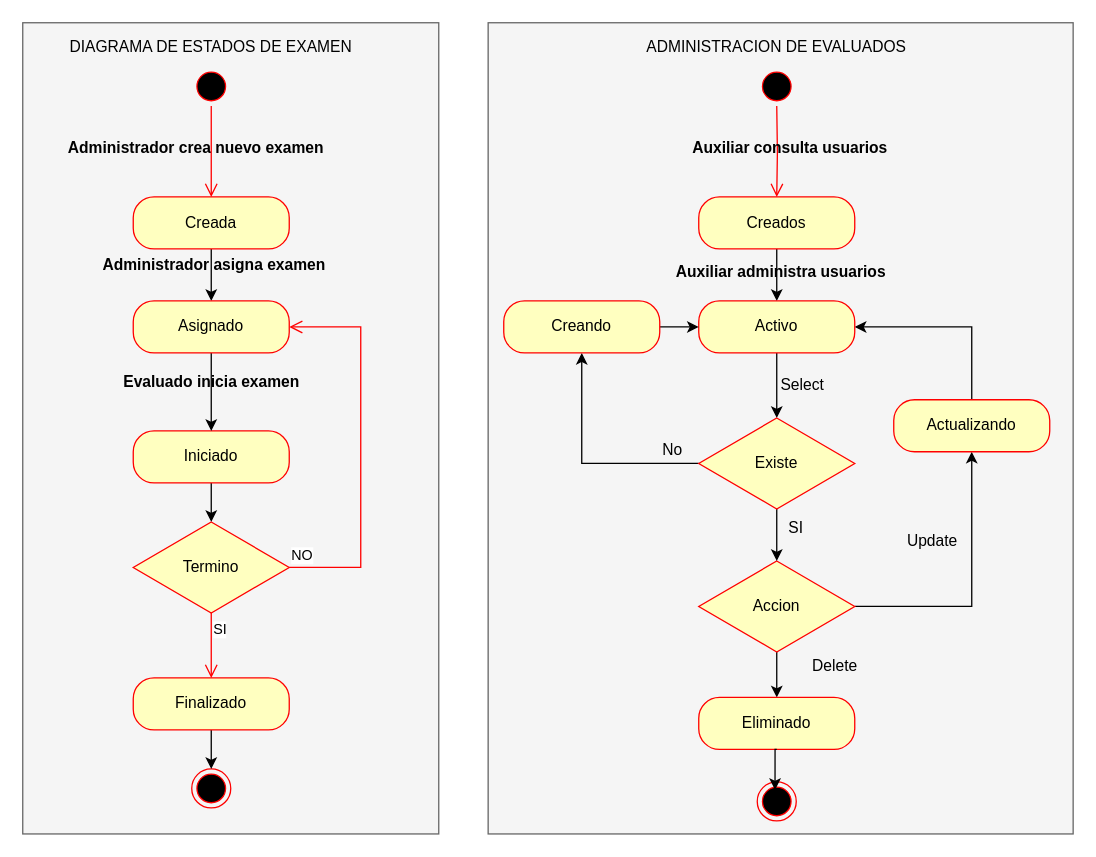
ItsFernan17/Laboratorio-Evaluaciones keeps this draw.io diagram as Documentación/Diagrama de estados.drawio. Above is the earlier version. Source tidied: cells renumbered, new cells numbered last; positions are measured from the earlier drawing's top-left corner, leaving out a move shared by most shapes. Both pictures are drawn from the tidied source at 130%, with x=0, y=0 at pixel (22, 22).
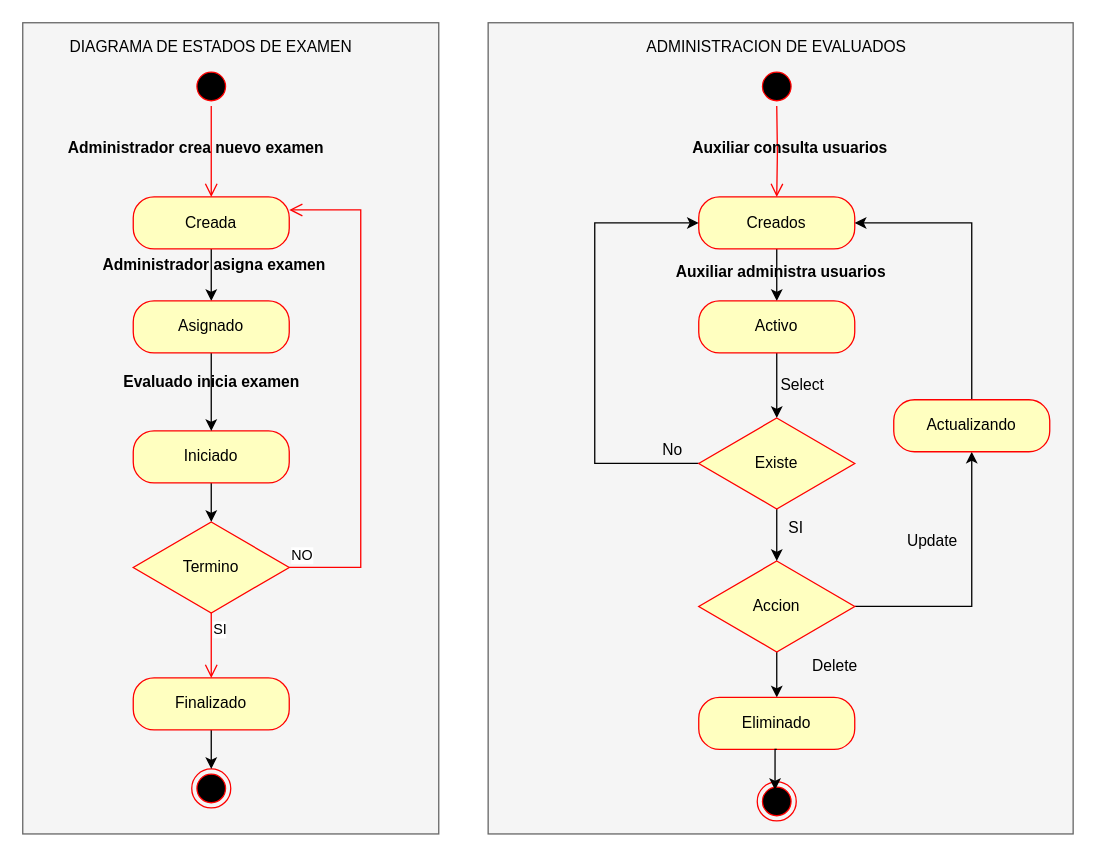
The same page after the edit.

Unchanged cells that the change refers to:
```xml
<mxCell id="7" value="Creada" style="rounded=1;whiteSpace=wrap;html=1;arcSize=40;fontColor=#000000;fillColor=#ffffc0;strokeColor=#ff0000;" parent="1" vertex="1">
  <mxGeometry x="85" y="134" width="120" height="40" as="geometry" />
</mxCell>
<mxCell id="16" value="Asignado" style="rounded=1;whiteSpace=wrap;html=1;arcSize=40;fontColor=#000000;fillColor=#ffffc0;strokeColor=#ff0000;" parent="1" vertex="1">
  <mxGeometry x="85" y="214" width="120" height="40" as="geometry" />
</mxCell>
<mxCell id="19" value="Termino" style="rhombus;whiteSpace=wrap;html=1;fontColor=#000000;fillColor=#ffffc0;strokeColor=#ff0000;" parent="1" vertex="1">
  <mxGeometry x="85" y="384" width="120" height="70" as="geometry" />
</mxCell>
<mxCell id="24" value="Creados" style="rounded=1;whiteSpace=wrap;html=1;arcSize=40;fontColor=#000000;fillColor=#ffffc0;strokeColor=#ff0000;" parent="1" vertex="1">
  <mxGeometry x="520" y="134" width="120" height="40" as="geometry" />
</mxCell>
<mxCell id="32" value="Actualizando" style="rounded=1;whiteSpace=wrap;html=1;arcSize=40;fontColor=#000000;fillColor=#ffffc0;strokeColor=#ff0000;" parent="1" vertex="1">
  <mxGeometry x="670" y="290" width="120" height="40" as="geometry" />
</mxCell>
<mxCell id="34" value="Activo" style="rounded=1;whiteSpace=wrap;html=1;arcSize=40;fontColor=#000000;fillColor=#ffffc0;strokeColor=#ff0000;" parent="1" vertex="1">
  <mxGeometry x="520" y="214" width="120" height="40" as="geometry" />
</mxCell>
<mxCell id="42" value="Existe" style="rhombus;whiteSpace=wrap;html=1;fontColor=#000000;fillColor=#ffffc0;strokeColor=#ff0000;" parent="1" vertex="1">
  <mxGeometry x="520" y="304" width="120" height="70" as="geometry" />
</mxCell>
```

What changed in the source:
```diff
@@
-    <mxCell id="20" value="NO" style="edgeStyle=orthogonalEdgeStyle;html=1;align=left;verticalAlign=bottom;endArrow=open;endSize=8;strokeColor=#ff0000;rounded=0;exitX=1;exitY=0.5;exitDx=0;exitDy=0;entryX=1;entryY=0.5;entryDx=0;entryDy=0;" parent="1" edge="1" source="19" target="16">
+    <mxCell id="20" value="NO" style="edgeStyle=orthogonalEdgeStyle;html=1;align=left;verticalAlign=bottom;endArrow=open;endSize=8;strokeColor=#ff0000;rounded=0;exitX=1;exitY=0.5;exitDx=0;exitDy=0;entryX=1;entryY=0.25;entryDx=0;entryDy=0;" parent="1" edge="1" source="19" target="7">
       <mxGeometry x="-1" relative="1" as="geometry">
         <Array as="points">
           <mxPoint x="260" y="419" />
-          <mxPoint x="260" y="234" />
+          <mxPoint x="260" y="144" />
         </Array>
       </mxGeometry>
     </mxCell>
@@
-    <mxCell id="31" style="edgeStyle=orthogonalEdgeStyle;rounded=0;jettySize=auto;html=1;exitX=0.5;exitY=0;exitDx=0;exitDy=0;entryX=1;entryY=0.5;entryDx=0;entryDy=0;" parent="1" edge="1" source="32" target="34">
+    <mxCell id="31" style="edgeStyle=orthogonalEdgeStyle;rounded=0;jettySize=auto;html=1;exitX=0.5;exitY=0;exitDx=0;exitDy=0;entryX=1;entryY=0.5;entryDx=0;entryDy=0;" parent="1" edge="1" source="32" target="24">
       <mxGeometry relative="1" as="geometry" />
     </mxCell>
@@
-    <mxCell id="37" style="edgeStyle=orthogonalEdgeStyle;rounded=0;jettySize=auto;html=1;entryX=0.5;entryY=1;entryDx=0;entryDy=0;exitX=0;exitY=0.5;exitDx=0;exitDy=0;" parent="1" edge="1" source="42" target="39">
-      <mxGeometry relative="1" as="geometry" />
+    <mxCell id="37" style="edgeStyle=orthogonalEdgeStyle;rounded=0;jettySize=auto;html=1;entryX=0;entryY=0.5;entryDx=0;entryDy=0;exitX=0;exitY=0.5;exitDx=0;exitDy=0;" parent="1" edge="1" source="42" target="24">
+      <mxGeometry relative="1" as="geometry">
+        <Array as="points">
+          <mxPoint x="440" y="339" />
+          <mxPoint x="440" y="154" />
+        </Array>
+      </mxGeometry>
     </mxCell>
-    <mxCell id="38" style="edgeStyle=orthogonalEdgeStyle;rounded=0;jettySize=auto;html=1;exitX=1;exitY=0.5;exitDx=0;exitDy=0;" parent="1" edge="1" source="39" target="34">
-      <mxGeometry relative="1" as="geometry" />
-    </mxCell>
-    <mxCell id="39" value="Creando" style="rounded=1;whiteSpace=wrap;html=1;arcSize=40;fontColor=#000000;fillColor=#ffffc0;strokeColor=#ff0000;" parent="1" vertex="1">
-      <mxGeometry x="370" y="214" width="120" height="40" as="geometry" />
-    </mxCell>
```
